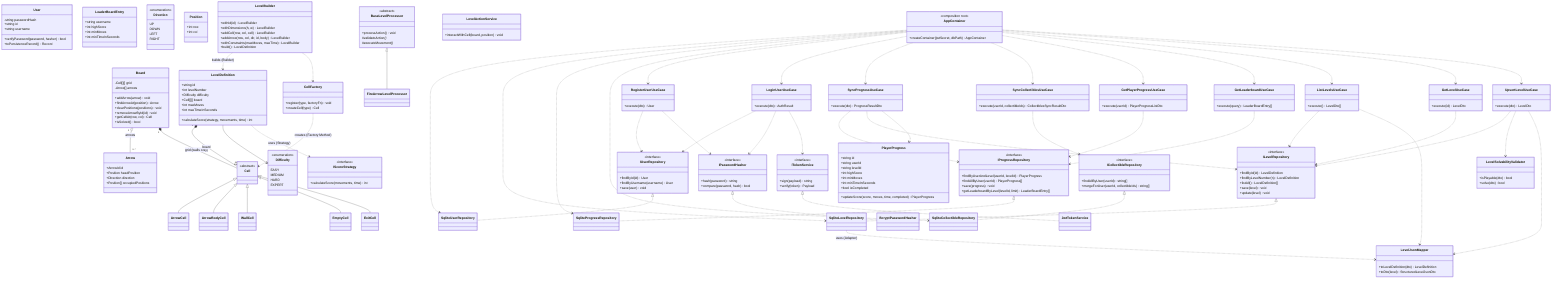
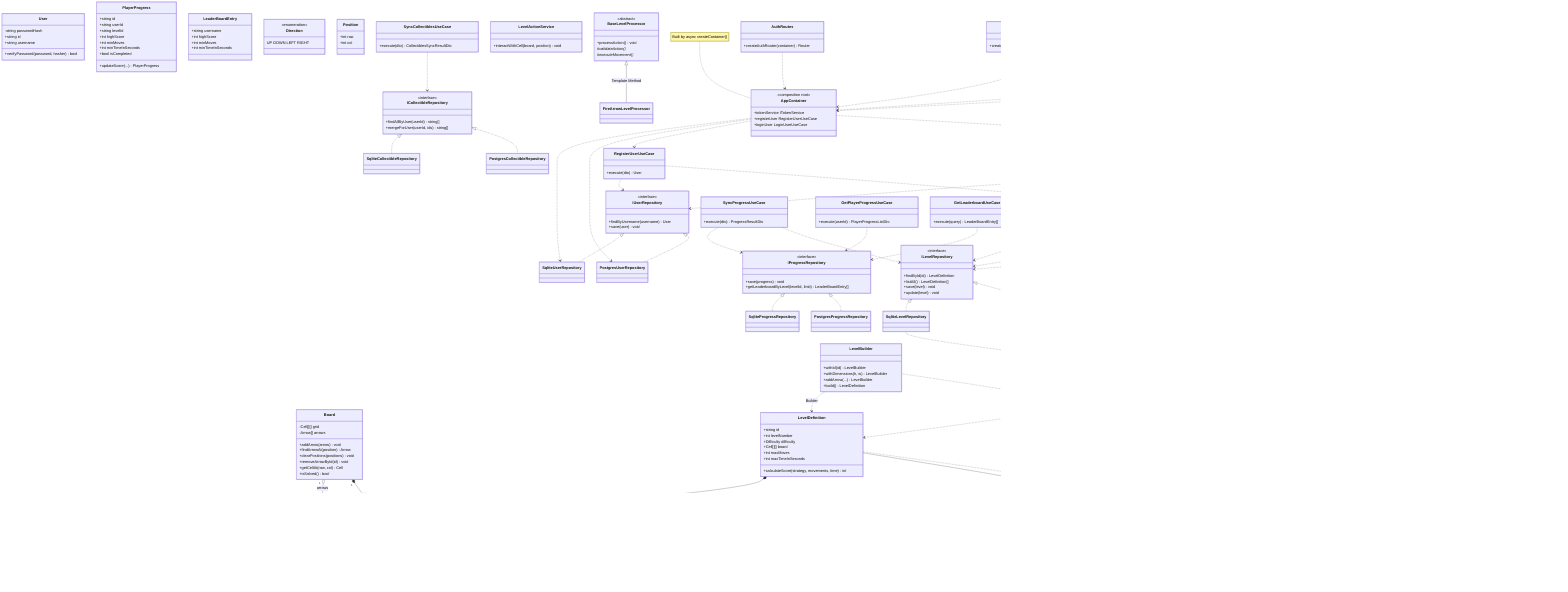
classDiagram
    direction TB

-     %% ============================================================
    %% Arrow Maze Backend — Class Diagram
-     %% Colors indicate Clean Architecture layer (see legend below).
-     %% Patterns shown: Factory Method (CellFactory), Builder
-     %% (LevelBuilder), Template Method (BaseLevelProcessor), Adapter
-     %% (LevelJsonMapper), Repository/DIP (I*Repository ports).
-     %% ============================================================
+     %% Layer colors: green=Domain, blue=Application, orange=Adapters, pink=Infrastructure
+     %% Patterns: Factory Method, Builder, Template Method, Strategy, Adapter,
+     %% Repository/DIP, Observer (catalog hot-reload)

    %% ----- Domain: Board aggregate & cell hierarchy -----
    class Cell {
        <<abstract>>
    }
    class ArrowCell
    class ArrowBodyCell
    class WallCell
    class EmptyCell
    class ExitCell
    Cell <|-- ArrowCell
    Cell <|-- ArrowBodyCell
    Cell <|-- WallCell
    Cell <|-- EmptyCell
    Cell <|-- ExitCell

    class Board {
        -Cell[][] grid
        -Arrow[] arrows
        +addArrow(arrow) void
        +findArrowAt(position) Arrow
        +clearPositions(positions) void
        +removeArrowById(id) void
        +getCellAt(row, col) Cell
        +isSolved() bool
    }
    class Arrow {
        +ArrowId id
        +Position headPosition
        +Direction direction
        +Position[] occupiedPositions
    }
    Board "1" o-- "0..*" Arrow : arrows
-     Board "1" *-- "many" Cell : grid (walls only)
- 
-     %% ----- Domain: level & scoring -----
+     Board "1" *-- "many" Cell : grid
+ 
    class Difficulty {
        <<enumeration>>
        EASY
        MEDIUM
        HARD
        EXPERT
    }
    class LevelDefinition {
        +string id
        +int levelNumber
        +Difficulty difficulty
        +Cell[][] board
        +int maxMoves
        +int maxTimeInSeconds
        +calculateScore(strategy, movements, time) int
    }
    LevelDefinition "1" *-- "many" Cell : board
    LevelDefinition --> Difficulty

    class IScoreStrategy {
        <<interface>>
        +calculateScore(movements, time) int
    }
-     LevelDefinition ..> IScoreStrategy : uses (Strategy)
- 
-     %% ----- Domain: user & progress -----
+     LevelDefinition ..> IScoreStrategy : Strategy
+ 
    class User {
        -string passwordHash
        +string id
        +string username
        +verifyPassword(password, hasher) bool
-         +toPersistenceRecord() Record
    }
    class PlayerProgress {
        +string id
        +string userId
        +string levelId
        +int highScore
        +int minMoves
        +int minTimeInSeconds
        +bool isCompleted
-         +updateScore(score, moves, time, completed) PlayerProgress
+         +updateScore(...) PlayerProgress
    }
    class LeaderBoardEntry {
        +string username
        +int highScore
        +int minMoves
        +int minTimeInSeconds
    }
    class Direction {
        <<enumeration>>
-         UP
-         DOWN
-         LEFT
-         RIGHT
+         UP DOWN LEFT RIGHT
    }
    class Position {
        +int row
        +int col
    }

-     %% ----- Domain: repository ports (DIP) -----
    class ILevelRepository {
        <<interface>>
        +findById(id) LevelDefinition
-         +findByLevelNumber(n) LevelDefinition
        +listAll() LevelDefinition[]
        +save(level) void
        +update(level) void
    }
    class IUserRepository {
        <<interface>>
-         +findById(id) User
        +findByUsername(username) User
        +save(user) void
    }
    class IProgressRepository {
        <<interface>>
-         +findByUserAndLevel(userId, levelId) PlayerProgress
-         +findAllByUser(userId) PlayerProgress[]
        +save(progress) void
        +getLeaderboardByLevel(levelId, limit) LeaderBoardEntry[]
    }
+     class ICollectibleRepository {
+         <<interface>>
+         +findAllByUser(userId) string[]
+         +mergeForUser(userId, ids) string[]
+     }
    class IPasswordHasher {
        <<interface>>
        +hash(password) string
        +compare(password, hash) bool
    }
-     class ITokenService {
-         <<interface>>
-         +sign(payload) string
-         +verify(token) Payload
-     }
-     class ICollectibleRepository {
-         <<interface>>
-         +findAllByUser(userId) string[]
-         +mergeForUser(userId, collectibleIds) string[]
-     }
- 
-     %% ----- Domain: factories, builders, rules, services -----
+ 
    class CellFactory {
        +register(type, factoryFn) void
        +createCell(type) Cell
    }
-     CellFactory ..> Cell : creates (Factory Method)
+     CellFactory ..> Cell : Factory Method

    class LevelBuilder {
        +withId(id) LevelBuilder
        +withDimensions(h, w) LevelBuilder
-         +addCell(row, col, cell) LevelBuilder
-         +addArrow(row, col, dir, id, body) LevelBuilder
-         +withConstraints(maxMoves, maxTime) LevelBuilder
+         +addArrow(...) LevelBuilder
        +build() LevelDefinition
    }
-     LevelBuilder ..> LevelDefinition : builds (Builder)
+     LevelBuilder ..> LevelDefinition : Builder
    LevelBuilder ..> CellFactory

    class BaseLevelProcessor {
        <<abstract>>
        +processAction() void
        #validateAction()*
        #executeMovement()*
    }
    class FireArrowLevelProcessor
-     BaseLevelProcessor <|-- FireArrowLevelProcessor
+     BaseLevelProcessor <|-- FireArrowLevelProcessor : Template Method

    class LevelSolvabilityValidator {
        +isPlayable(dto) bool
        +solve(dto) bool
    }
    class LevelActionService {
        +interactWithCell(board, position) void
    }

-     %% ----- Application: use cases -----
-     class RegisterUserUseCase {
-         +execute(dto) User
-     }
-     class LoginUserUseCase {
-         +execute(dto) AuthResult
-     }
-     class SyncProgressUseCase {
-         +execute(dto) ProgressResultDto
-     }
-     class GetPlayerProgressUseCase {
-         +execute(userId) PlayerProgressListDto
-     }
-     class GetLeaderboardUseCase {
-         +execute(query) LeaderBoardEntry[]
-     }
-     class ListLevelsUseCase {
-         +execute() LevelDto[]
-     }
-     class GetLevelUseCase {
-         +execute(id) LevelDto
-     }
-     class UpsertLevelUseCase {
-         +execute(dto) LevelDto
-     }
-     class SyncCollectiblesUseCase {
-         +execute(userId, collectibleIds) CollectiblesSyncResultDto
-     }
-     SyncCollectiblesUseCase ..> ICollectibleRepository
+     %% ----- Application -----
+     class ITokenService {
+         <<interface>>
+         +sign(payload) string
+         +verify(token) Payload
+     }
+ 
+     class RegisterUserUseCase { +execute(dto) User }
+     class LoginUserUseCase { +execute(dto) AuthResult }
+     class SyncProgressUseCase { +execute(dto) ProgressResultDto }
+     class SyncCollectiblesUseCase { +execute(dto) CollectiblesSyncResultDto }
+     class GetPlayerProgressUseCase { +execute(userId) PlayerProgressListDto }
+     class GetLeaderboardUseCase { +execute(query) LeaderBoardEntry[] }
+     class ListLevelsUseCase { +execute() LevelDto[] }
+     class GetLevelUseCase { +execute(id) LevelDto }
+     class UpsertLevelUseCase { +execute(dto) LevelDto }

    RegisterUserUseCase ..> IUserRepository
    RegisterUserUseCase ..> IPasswordHasher
    LoginUserUseCase ..> IUserRepository
    LoginUserUseCase ..> IPasswordHasher
    LoginUserUseCase ..> ITokenService
    SyncProgressUseCase ..> IProgressRepository
    SyncProgressUseCase ..> ILevelRepository
-     SyncProgressUseCase ..> PlayerProgress
+     SyncCollectiblesUseCase ..> ICollectibleRepository
    GetPlayerProgressUseCase ..> IProgressRepository
    GetLeaderboardUseCase ..> IProgressRepository
    ListLevelsUseCase ..> ILevelRepository
    GetLevelUseCase ..> ILevelRepository
    UpsertLevelUseCase ..> ILevelRepository
    UpsertLevelUseCase ..> LevelSolvabilityValidator

-     %% ----- Infrastructure: SQLite adapters -----
+     %% ----- Interface Adapters -----
+     class LevelJsonMapper {
+         +toLevelDefinition(dto) LevelDefinition
+         +toDto(level) StructuredLevelJsonDto
+     }
+     ListLevelsUseCase ..> LevelJsonMapper
+     UpsertLevelUseCase ..> LevelJsonMapper
+     LevelJsonMapper ..> LevelDefinition : Adapter
+ 
+     class AppContainer {
+         <<composition root>>
+         +tokenService ITokenService
+         +registerUser RegisterUserUseCase
+         +loginUser LoginUserUseCase
+     }
+     note for AppContainer "Built by async createContainer()"
+ 
+     class AuthRoutes { +createAuthRouter(container) Router }
+     class LevelsRoutes { +createLevelsRouter(container) Router }
+     class ProgressRoutes { +createProgressRouter(container) Router }
+     class LeaderboardRoutes { +createLeaderboardRouter(container) Router }
+     AuthRoutes ..> AppContainer
+     LevelsRoutes ..> AppContainer
+     ProgressRoutes ..> AppContainer
+     LeaderboardRoutes ..> AppContainer
+ 
+     %% ----- Infrastructure: persistence adapters -----
    class SqliteUserRepository
    class SqliteLevelRepository
    class SqliteProgressRepository
    class SqliteCollectibleRepository
+     class PostgresUserRepository
+     class PostgresLevelRepository
+     class PostgresProgressRepository
+     class PostgresCollectibleRepository
    class BcryptPasswordHasher
    class JwtTokenService
-     class LevelJsonMapper {
-         +toLevelDefinition(dto) LevelDefinition
-         +toDto(level) StructuredLevelJsonDto
-     }

    IUserRepository <|.. SqliteUserRepository
+     IUserRepository <|.. PostgresUserRepository
    ILevelRepository <|.. SqliteLevelRepository
+     ILevelRepository <|.. PostgresLevelRepository
    IProgressRepository <|.. SqliteProgressRepository
+     IProgressRepository <|.. PostgresProgressRepository
    ICollectibleRepository <|.. SqliteCollectibleRepository
+     ICollectibleRepository <|.. PostgresCollectibleRepository
    IPasswordHasher <|.. BcryptPasswordHasher
    ITokenService <|.. JwtTokenService
-     SqliteLevelRepository ..> LevelJsonMapper : uses (Adapter)
-     ListLevelsUseCase ..> LevelJsonMapper
-     UpsertLevelUseCase ..> LevelJsonMapper
- 
-     %% ----- Infrastructure: composition root -----
-     class AppContainer {
-         <<composition root>>
-         +createContainer(jwtSecret, dbPath) AppContainer
-     }
+     SqliteLevelRepository ..> LevelJsonMapper
+     PostgresLevelRepository ..> LevelJsonMapper
+ 
    AppContainer ..> SqliteUserRepository
-     AppContainer ..> SqliteLevelRepository
-     AppContainer ..> SqliteProgressRepository
-     AppContainer ..> SqliteCollectibleRepository
+     AppContainer ..> PostgresUserRepository
    AppContainer ..> RegisterUserUseCase
    AppContainer ..> LoginUserUseCase
-     AppContainer ..> SyncProgressUseCase
-     AppContainer ..> SyncCollectiblesUseCase
-     AppContainer ..> GetPlayerProgressUseCase
-     AppContainer ..> GetLeaderboardUseCase
-     AppContainer ..> ListLevelsUseCase
-     AppContainer ..> GetLevelUseCase
-     AppContainer ..> UpsertLevelUseCase
- 
-     %% ============================================================
-     %% Layer legend (fill colors)
-     %% ============================================================
+ 
+     %% ----- Infrastructure: Observer (catalog hot-reload) -----
+     class ILevelCatalogObserver {
+         <<interface>>
+         +onCatalogFileChanged(event) void
+     }
+     class LevelCatalogFileSubject {
+         +attach(observer) void
+         +notifyObservers(event) void
+     }
+     class LevelCatalogUpsertObserver
+     ILevelCatalogObserver <|.. LevelCatalogUpsertObserver
+     LevelCatalogFileSubject o-- "0..*" ILevelCatalogObserver : Observer
+     LevelCatalogUpsertObserver ..> UpsertLevelUseCase
+ 
+     %% ----- Layer legend -----
    classDef domain fill:#e8f4ea,stroke:#2e7d32,color:#1b3a1e
    classDef application fill:#e8eef8,stroke:#1565c0,color:#0d2a4d
+     classDef adapters fill:#fdf3e2,stroke:#ef6c00,color:#5c3600
    classDef infrastructure fill:#f8e8ee,stroke:#ad1457,color:#4d0d24

-     cssClass "Cell,ArrowCell,ArrowBodyCell,WallCell,EmptyCell,ExitCell,Board,Arrow,Difficulty,LevelDefinition,IScoreStrategy,User,PlayerProgress,LeaderBoardEntry,Direction,Position,ILevelRepository,IUserRepository,IProgressRepository,ICollectibleRepository,IPasswordHasher,ITokenService,CellFactory,LevelBuilder,BaseLevelProcessor,FireArrowLevelProcessor,LevelSolvabilityValidator,LevelActionService" domain
-     cssClass "RegisterUserUseCase,LoginUserUseCase,SyncProgressUseCase,SyncCollectiblesUseCase,GetPlayerProgressUseCase,GetLeaderboardUseCase,ListLevelsUseCase,GetLevelUseCase,UpsertLevelUseCase" application
-     cssClass "SqliteUserRepository,SqliteLevelRepository,SqliteProgressRepository,SqliteCollectibleRepository,BcryptPasswordHasher,JwtTokenService,LevelJsonMapper,AppContainer" infrastructure
+     cssClass "Cell,ArrowCell,ArrowBodyCell,WallCell,EmptyCell,ExitCell,Board,Arrow,Difficulty,LevelDefinition,IScoreStrategy,User,PlayerProgress,LeaderBoardEntry,Direction,Position,ILevelRepository,IUserRepository,IProgressRepository,ICollectibleRepository,IPasswordHasher,CellFactory,LevelBuilder,BaseLevelProcessor,FireArrowLevelProcessor,LevelSolvabilityValidator,LevelActionService" domain
+     cssClass "ITokenService,RegisterUserUseCase,LoginUserUseCase,SyncProgressUseCase,SyncCollectiblesUseCase,GetPlayerProgressUseCase,GetLeaderboardUseCase,ListLevelsUseCase,GetLevelUseCase,UpsertLevelUseCase" application
+     cssClass "LevelJsonMapper,AppContainer,AuthRoutes,LevelsRoutes,ProgressRoutes,LeaderboardRoutes" adapters
+     cssClass "SqliteUserRepository,SqliteLevelRepository,SqliteProgressRepository,SqliteCollectibleRepository,PostgresUserRepository,PostgresLevelRepository,PostgresProgressRepository,PostgresCollectibleRepository,BcryptPasswordHasher,JwtTokenService,ILevelCatalogObserver,LevelCatalogFileSubject,LevelCatalogUpsertObserver" infrastructure
